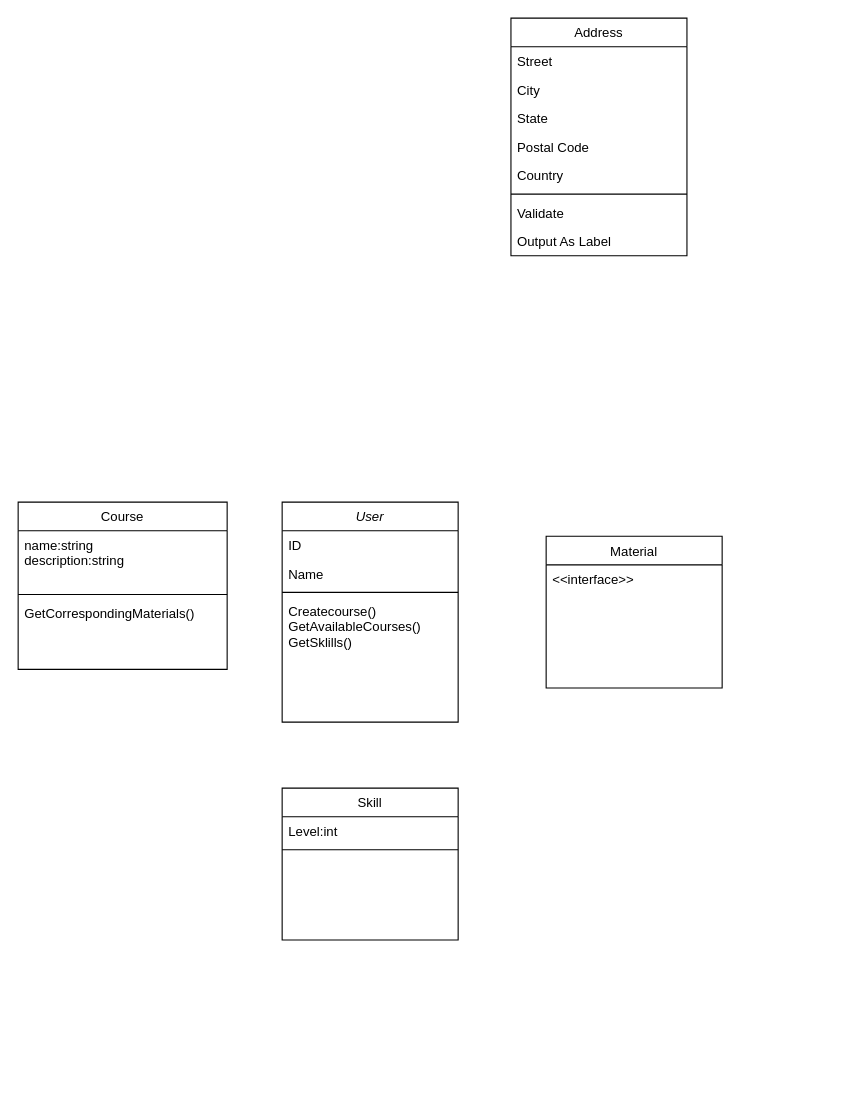
The draw.io diagram Megnevezetlen diagram.drawio in atthy4/seleniumizzitas, before the edit. Source tidied: cells renumbered, new cells numbered last; positions are measured from the earlier drawing's top-left corner, leaving out a move shared by most shapes. Both pictures are drawn from the tidied source at 110%, with x=0, y=0 at pixel (18, 18).
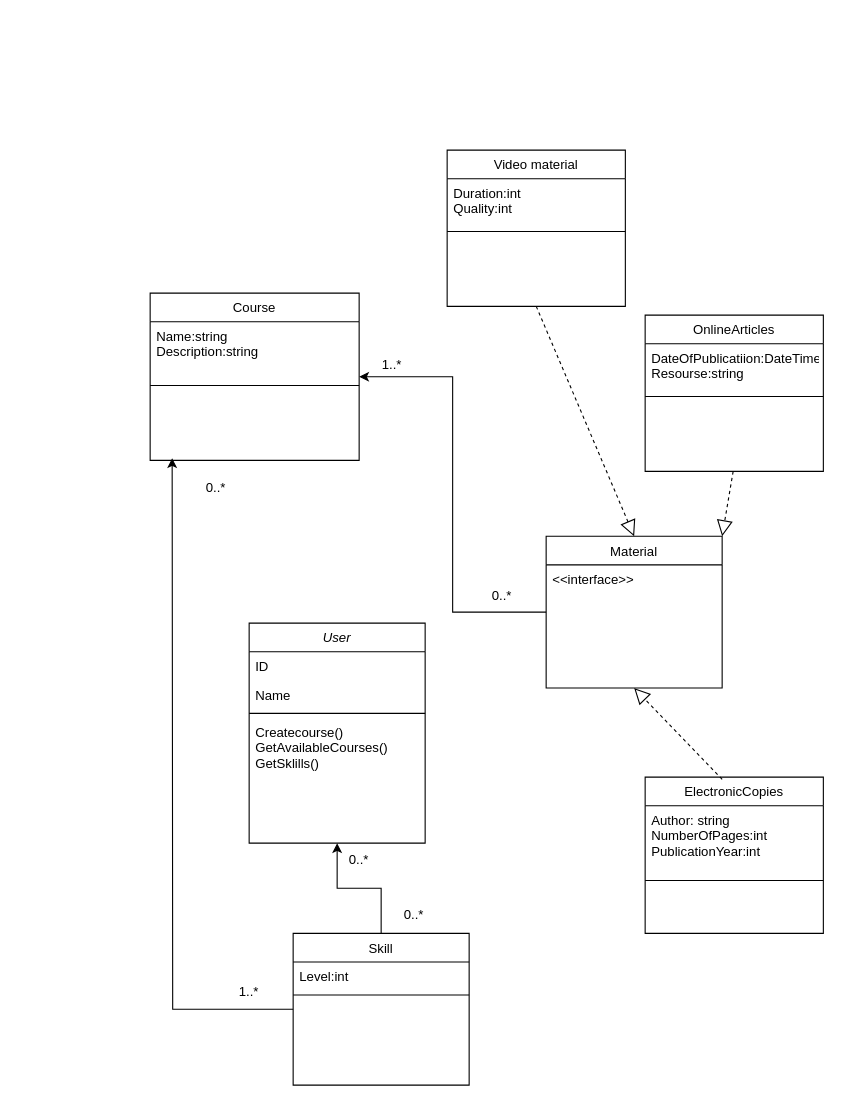
The same page after the edit.

The change refers to these unchanged cells:
```xml
<mxCell id="7" value="Material" style="swimlane;fontStyle=0;align=center;verticalAlign=top;horizontal=1;startSize=26;rounded=0;shadow=0;strokeWidth=1;" parent="1" vertex="1">
  <mxGeometry x="480" y="471" width="160" height="138" as="geometry" />
</mxCell>
```

What changed in the source:
```diff
@@
     <mxCell id="2" value="User" style="swimlane;fontStyle=2;align=center;verticalAlign=top;horizontal=1;startSize=26;rounded=0;shadow=0;strokeWidth=1;" parent="1" vertex="1">
-      <mxGeometry x="240" y="440" width="160" height="200" as="geometry" />
+      <mxGeometry x="210" y="550" width="160" height="200" as="geometry" />
     </mxCell>
@@
+    <mxCell id="25" style="edgeStyle=orthogonalEdgeStyle;rounded=0;jettySize=auto;html=1;entryX=1;entryY=0.5;entryDx=0;entryDy=0;" parent="1" edge="1" source="7" target="9">
+      <mxGeometry relative="1" as="geometry" />
+    </mxCell>
@@
     <mxCell id="9" value="Course" style="swimlane;fontStyle=0;align=center;verticalAlign=top;horizontal=1;startSize=26;rounded=0;shadow=0;strokeWidth=1;" parent="1" vertex="1">
-      <mxGeometry y="440" width="190" height="152" as="geometry" />
+      <mxGeometry x="120" y="250" width="190" height="152" as="geometry" />
     </mxCell>
-    <mxCell id="10" value="name:string&#10;description:string" style="text;align=left;verticalAlign=top;spacingLeft=4;spacingRight=4;overflow=hidden;" parent="9" vertex="1">
+    <mxCell id="10" value="Name:string&#10;Description:string" style="text;align=left;verticalAlign=top;spacingLeft=4;spacingRight=4;overflow=hidden;" parent="9" vertex="1">
       <mxGeometry y="26" width="190" height="54" as="geometry" />
     </mxCell>
@@
-    <mxCell id="12" value="GetCorrespondingMaterials()" style="text;align=left;verticalAlign=top;spacingLeft=4;spacingRight=4;overflow=hidden;" parent="9" vertex="1">
-      <mxGeometry y="88" width="190" height="64" as="geometry" />
-    </mxCell>
-    <mxCell id="13" value="Address" style="swimlane;fontStyle=0;align=center;verticalAlign=top;horizontal=1;startSize=26;rounded=0;shadow=0;strokeWidth=1;" parent="1" vertex="1">
-      <mxGeometry x="448" width="160" height="216" as="geometry" />
+    <mxCell id="13" value="Video material" style="swimlane;fontStyle=0;align=center;verticalAlign=top;horizontal=1;startSize=26;rounded=0;shadow=0;strokeWidth=1;" parent="1" vertex="1">
+      <mxGeometry x="390" y="120" width="162" height="142" as="geometry" />
     </mxCell>
-    <mxCell id="14" value="Street" style="text;align=left;verticalAlign=top;spacingLeft=4;spacingRight=4;overflow=hidden;" parent="13" vertex="1">
-      <mxGeometry y="26" width="160" height="26" as="geometry" />
+    <mxCell id="14" value="Duration:int&#10;Quality:int" style="text;align=left;verticalAlign=top;spacingLeft=4;spacingRight=4;overflow=hidden;" parent="13" vertex="1">
+      <mxGeometry y="26" width="162" height="44" as="geometry" />
     </mxCell>
-    <mxCell id="15" value="City" style="text;align=left;verticalAlign=top;spacingLeft=4;spacingRight=4;overflow=hidden;rounded=0;shadow=0;html=0;" parent="13" vertex="1">
-      <mxGeometry y="52" width="160" height="26" as="geometry" />
-    </mxCell>
-    <mxCell id="16" value="State" style="text;align=left;verticalAlign=top;spacingLeft=4;spacingRight=4;overflow=hidden;rounded=0;shadow=0;html=0;" parent="13" vertex="1">
-      <mxGeometry y="78" width="160" height="26" as="geometry" />
-    </mxCell>
-    <mxCell id="17" value="Postal Code" style="text;align=left;verticalAlign=top;spacingLeft=4;spacingRight=4;overflow=hidden;rounded=0;shadow=0;html=0;" parent="13" vertex="1">
-      <mxGeometry y="104" width="160" height="26" as="geometry" />
-    </mxCell>
-    <mxCell id="18" value="Country" style="text;align=left;verticalAlign=top;spacingLeft=4;spacingRight=4;overflow=hidden;rounded=0;shadow=0;html=0;" parent="13" vertex="1">
-      <mxGeometry y="130" width="160" height="26" as="geometry" />
-    </mxCell>
-    <mxCell id="19" style="line;html=1;strokeWidth=1;align=left;verticalAlign=middle;spacingTop=-1;spacingLeft=3;spacingRight=3;labelPosition=right;" parent="13" vertex="1">
-      <mxGeometry y="156" width="160" height="8" as="geometry" />
-    </mxCell>
-    <mxCell id="20" value="Validate" style="text;align=left;verticalAlign=top;spacingLeft=4;spacingRight=4;overflow=hidden;" parent="13" vertex="1">
-      <mxGeometry y="164" width="160" height="26" as="geometry" />
-    </mxCell>
-    <mxCell id="21" value="Output As Label" style="text;align=left;verticalAlign=top;spacingLeft=4;spacingRight=4;overflow=hidden;" parent="13" vertex="1">
-      <mxGeometry y="190" width="160" height="26" as="geometry" />
-    </mxCell>
+    <mxCell id="26" style="line;html=1;strokeWidth=1;align=left;verticalAlign=middle;spacingTop=-1;spacingLeft=3;spacingRight=3;labelPosition=right;" parent="13" vertex="1">
+      <mxGeometry y="70" width="162" height="8" as="geometry" />
+    </mxCell>
+    <mxCell id="27" style="edgeStyle=orthogonalEdgeStyle;rounded=0;jettySize=auto;html=1;entryX=0.5;entryY=1;entryDx=0;entryDy=0;" parent="1" edge="1" source="22" target="2">
+      <mxGeometry relative="1" as="geometry" />
+    </mxCell>
+    <mxCell id="28" style="edgeStyle=orthogonalEdgeStyle;rounded=0;jettySize=auto;html=1;exitX=0;exitY=0.5;exitDx=0;exitDy=0;" parent="1" edge="1" source="22">
+      <mxGeometry relative="1" as="geometry">
+        <mxPoint x="140" y="400" as="targetPoint" />
+      </mxGeometry>
+    </mxCell>
     <mxCell id="22" value="Skill" style="swimlane;fontStyle=0;align=center;verticalAlign=top;horizontal=1;startSize=26;rounded=0;shadow=0;strokeWidth=1;" parent="1" vertex="1">
-      <mxGeometry x="240" y="700" width="160" height="138" as="geometry" />
+      <mxGeometry x="250" y="832" width="160" height="138" as="geometry" />
     </mxCell>
@@
+    <mxCell id="29" value="OnlineArticles" style="swimlane;fontStyle=0;align=center;verticalAlign=top;horizontal=1;startSize=26;rounded=0;shadow=0;strokeWidth=1;" parent="1" vertex="1">
+      <mxGeometry x="570" y="270" width="162" height="142" as="geometry" />
+    </mxCell>
+    <mxCell id="30" value="DateOfPublicatiion:DateTime&#10;Resourse:string" style="text;align=left;verticalAlign=top;spacingLeft=4;spacingRight=4;overflow=hidden;" parent="29" vertex="1">
+      <mxGeometry y="26" width="162" height="44" as="geometry" />
+    </mxCell>
+    <mxCell id="31" style="line;html=1;strokeWidth=1;align=left;verticalAlign=middle;spacingTop=-1;spacingLeft=3;spacingRight=3;labelPosition=right;" parent="29" vertex="1">
+      <mxGeometry y="70" width="162" height="8" as="geometry" />
+    </mxCell>
+    <mxCell id="32" value="ElectronicCopies" style="swimlane;fontStyle=0;align=center;verticalAlign=top;horizontal=1;startSize=26;rounded=0;shadow=0;strokeWidth=1;" parent="1" vertex="1">
+      <mxGeometry x="570" y="690" width="162" height="142" as="geometry" />
+    </mxCell>
+    <mxCell id="33" value="Author: string&#10;NumberOfPages:int&#10;PublicationYear:int" style="text;align=left;verticalAlign=top;spacingLeft=4;spacingRight=4;overflow=hidden;" parent="32" vertex="1">
+      <mxGeometry y="26" width="162" height="64" as="geometry" />
+    </mxCell>
+    <mxCell id="34" style="line;html=1;strokeWidth=1;align=left;verticalAlign=middle;spacingTop=-1;spacingLeft=3;spacingRight=3;labelPosition=right;" parent="32" vertex="1">
+      <mxGeometry y="90" width="162" height="8" as="geometry" />
+    </mxCell>
+    <mxCell id="35" style="endArrow=block;dashed=1;endFill=0;endSize=12;html=1;rounded=0;exitX=0.5;exitY=1;exitDx=0;exitDy=0;entryX=0.5;entryY=0;entryDx=0;entryDy=0;" parent="1" edge="1" source="13" target="7">
+      <mxGeometry relative="1" as="geometry" />
+    </mxCell>
+    <mxCell id="36" style="endArrow=block;dashed=1;endFill=0;endSize=12;html=1;rounded=0;entryX=1;entryY=0;entryDx=0;entryDy=0;" parent="1" edge="1" target="7">
+      <mxGeometry relative="1" as="geometry">
+        <mxPoint x="650" y="412" as="sourcePoint" />
+      </mxGeometry>
+    </mxCell>
+    <mxCell id="37" style="endArrow=block;dashed=1;endFill=0;endSize=12;html=1;rounded=0;exitX=0.5;exitY=1;exitDx=0;exitDy=0;entryX=0.5;entryY=1;entryDx=0;entryDy=0;" parent="1" edge="1" target="7">
+      <mxGeometry relative="1" as="geometry">
+        <mxPoint x="640" y="692" as="sourcePoint" />
+      </mxGeometry>
+    </mxCell>
+    <mxCell id="38" value="1..*" style="text;html=1;strokeColor=none;fillColor=none;align=center;verticalAlign=middle;whiteSpace=wrap;rounded=0;" parent="1" vertex="1">
+      <mxGeometry x="310" y="300" width="60" height="30" as="geometry" />
+    </mxCell>
+    <mxCell id="39" value="0..*" style="text;html=1;strokeColor=none;fillColor=none;align=center;verticalAlign=middle;whiteSpace=wrap;rounded=0;" parent="1" vertex="1">
+      <mxGeometry x="410" y="510" width="60" height="30" as="geometry" />
+    </mxCell>
+    <mxCell id="40" value="0..*" style="text;html=1;strokeColor=none;fillColor=none;align=center;verticalAlign=middle;whiteSpace=wrap;rounded=0;" parent="1" vertex="1">
+      <mxGeometry x="150" y="412" width="60" height="30" as="geometry" />
+    </mxCell>
+    <mxCell id="41" value="1..*" style="text;html=1;strokeColor=none;fillColor=none;align=center;verticalAlign=middle;whiteSpace=wrap;rounded=0;" parent="1" vertex="1">
+      <mxGeometry x="180" y="870" width="60" height="30" as="geometry" />
+    </mxCell>
+    <mxCell id="42" value="0..*" style="text;html=1;strokeColor=none;fillColor=none;align=center;verticalAlign=middle;whiteSpace=wrap;rounded=0;" parent="1" vertex="1">
+      <mxGeometry x="330" y="800" width="60" height="30" as="geometry" />
+    </mxCell>
+    <mxCell id="43" value="0..*" style="text;html=1;strokeColor=none;fillColor=none;align=center;verticalAlign=middle;whiteSpace=wrap;rounded=0;" parent="1" vertex="1">
+      <mxGeometry x="280" y="750" width="60" height="30" as="geometry" />
+    </mxCell>
```
